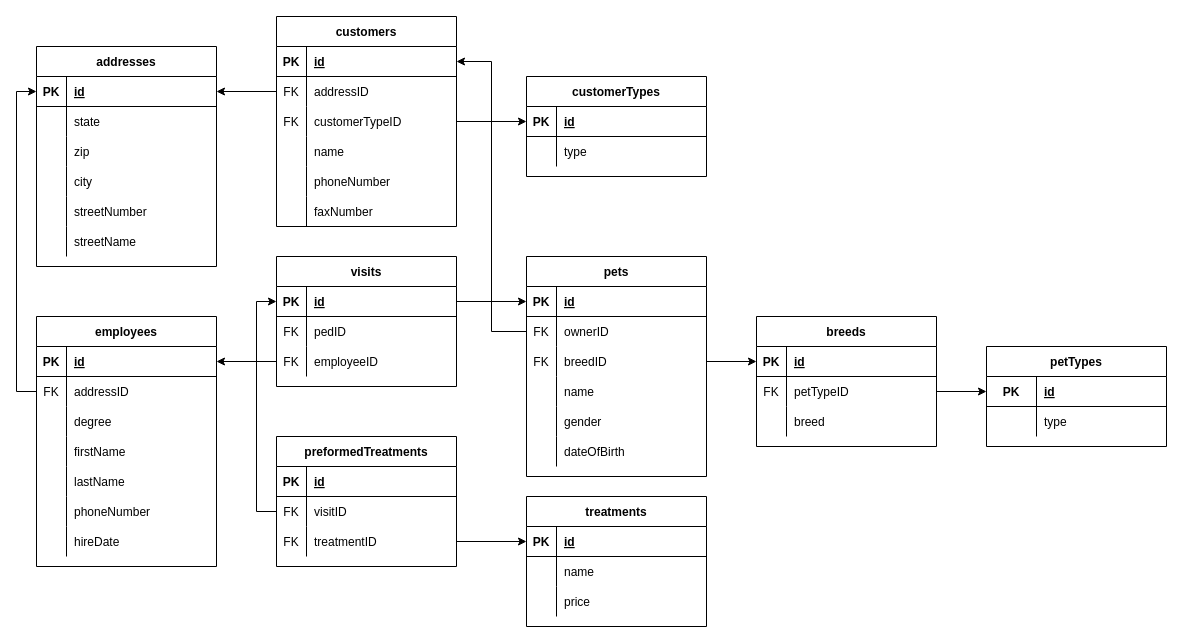
This is webbutveckling/Databaser/Moment2/relationModel.drawio from EliasEriksson/miun, a draw.io file, before an edit. Source tidied: cells renumbered, new cells numbered last; positions are measured from the earlier drawing's top-left corner, leaving out a move shared by most shapes. Both pictures are drawn from the tidied source at 100%, with x=0, y=0 at pixel (36, 16).
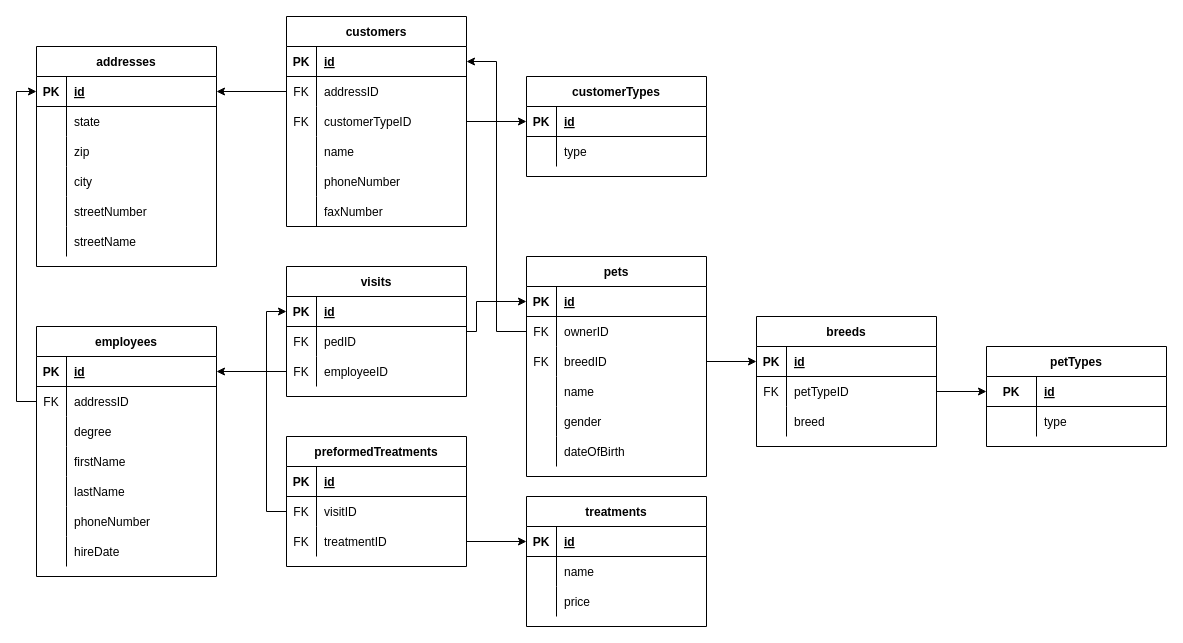
Above is the later version.

The change refers to these unchanged cells:
```xml
<mxCell id="70" style="shape=partialRectangle;fillColor=none;top=0;left=0;bottom=1;right=0;points=[[0,0.5],[1,0.5]];portConstraint=eastwest;" parent="69" vertex="1">
  <mxGeometry y="30" width="180" height="30" as="geometry" />
</mxCell>
<mxCell id="107" style="shape=partialRectangle;fillColor=none;top=0;left=0;bottom=1;right=0;points=[[0,0.5],[1,0.5]];portConstraint=eastwest;" parent="106" vertex="1">
  <mxGeometry y="30" width="180" height="30" as="geometry" />
</mxCell>
<mxCell id="110" style="shape=partialRectangle;fillColor=none;top=0;left=0;bottom=0;right=0;points=[[0,0.5],[1,0.5]];portConstraint=eastwest;" parent="106" vertex="1">
  <mxGeometry y="60" width="180" height="30" as="geometry" />
</mxCell>
```

What changed in the source:
```diff
@@
     <mxCell id="2" value="employees" style="shape=table;startSize=30;childLayout=tableLayout;rowLines=0;fontStyle=1;align=center;" parent="1" vertex="1">
-      <mxGeometry y="300" width="180" height="250" as="geometry" />
+      <mxGeometry y="310" width="180" height="250" as="geometry" />
     </mxCell>
@@
     <mxCell id="43" value="customers" style="shape=table;startSize=30;childLayout=tableLayout;rowLines=0;fontStyle=1;align=center;" parent="1" vertex="1">
-      <mxGeometry x="240" width="180" height="210" as="geometry" />
+      <mxGeometry x="250" width="180" height="210" as="geometry" />
     </mxCell>
@@
     <mxCell id="106" value="visits" style="shape=table;startSize=30;childLayout=tableLayout;rowLines=0;fontStyle=1;align=center;" parent="1" vertex="1">
-      <mxGeometry x="240" y="240" width="180" height="130" as="geometry" />
+      <mxGeometry x="250" y="250" width="180" height="130" as="geometry" />
     </mxCell>
@@
-    <mxCell id="116" style="edgeStyle=orthogonalEdgeStyle;rounded=0;jettySize=auto;html=1;entryX=0;entryY=0.5;entryDx=0;entryDy=0;" parent="1" edge="1" source="107" target="70">
-      <mxGeometry relative="1" as="geometry" />
-    </mxCell>
@@
     <mxCell id="130" value="preformedTreatments" style="shape=table;startSize=30;childLayout=tableLayout;rowLines=0;fontStyle=1;align=center;" parent="1" vertex="1">
-      <mxGeometry x="240" y="420" width="180" height="130" as="geometry" />
+      <mxGeometry x="250" y="420" width="180" height="130" as="geometry" />
     </mxCell>
@@
+    <mxCell id="145" style="edgeStyle=orthogonalEdgeStyle;rounded=0;jettySize=auto;html=1;entryX=0;entryY=0.5;entryDx=0;entryDy=0;" parent="1" edge="1" source="110" target="70">
+      <mxGeometry relative="1" as="geometry">
+        <Array as="points">
+          <mxPoint x="440" y="315" />
+          <mxPoint x="440" y="285" />
+        </Array>
+      </mxGeometry>
+    </mxCell>
```
